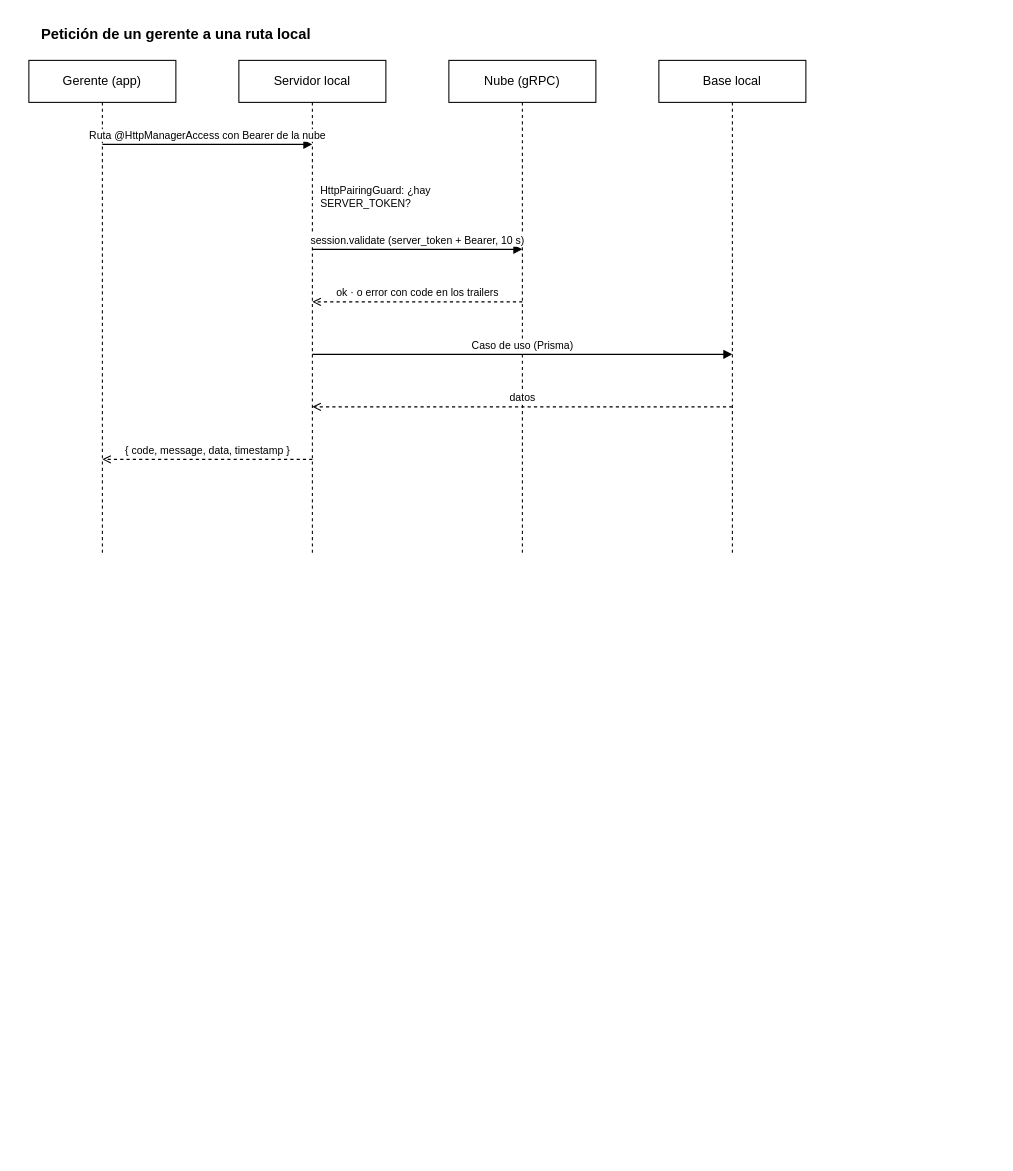
Above: documents/diagrams/sequences/manager-access.drawio in Andry510/miyabi-restaurant-server (draw.io), before the change. Source tidied: cells renumbered, new cells numbered last; positions are measured from the earlier drawing's top-left corner, leaving out a move shared by most shapes. Both pictures are drawn from the tidied source at 105%, with x=0, y=0 at pixel (28, 18).
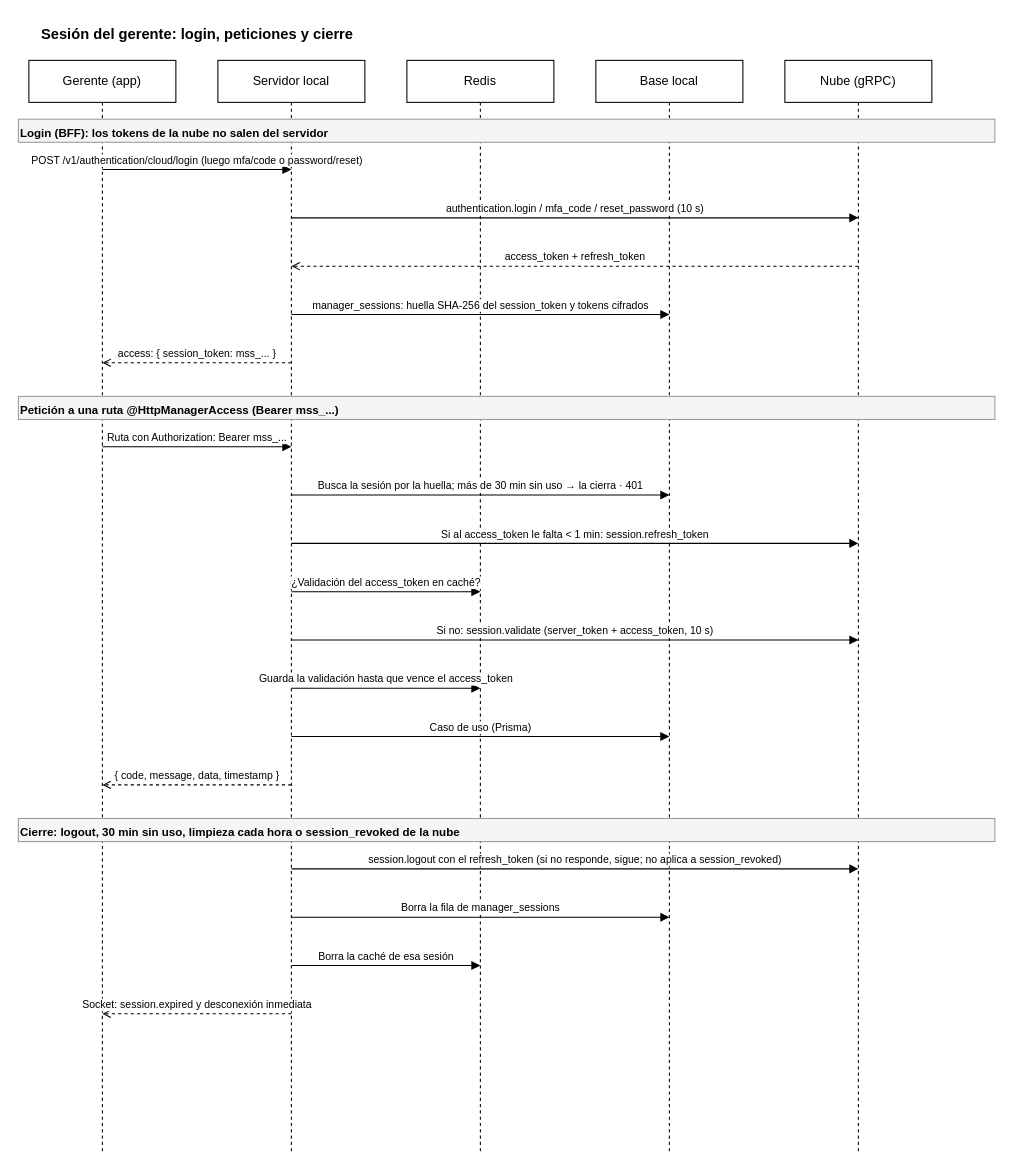
Above is the later version.

The edit, as a diff of the source:
```diff
@@
-    <mxCell id="2" value="Petición de un gerente a una ruta local" style="text;html=1;align=left;verticalAlign=middle;fontStyle=1;fontSize=14;" parent="1" vertex="1">
-      <mxGeometry x="10" width="900" height="30" as="geometry" />
+    <mxCell id="2" value="Sesión del gerente: login, peticiones y cierre" style="text;html=1;align=left;verticalAlign=middle;fontStyle=1;fontSize=14;" parent="1" vertex="1">
+      <mxGeometry x="10" width="910" height="30" as="geometry" />
     </mxCell>
     <mxCell id="3" value="Gerente (app)" style="shape=umlLifeline;perspective=0;whiteSpace=wrap;html=1;size=40;" parent="1" vertex="1">
-      <mxGeometry y="40" width="140" height="470" as="geometry" />
+      <mxGeometry y="40" width="140" height="1040" as="geometry" />
     </mxCell>
     <mxCell id="4" value="Servidor local" style="shape=umlLifeline;perspective=0;whiteSpace=wrap;html=1;size=40;" parent="1" vertex="1">
-      <mxGeometry x="200" y="40" width="140" height="470" as="geometry" />
+      <mxGeometry x="180" y="40" width="140" height="1040" as="geometry" />
     </mxCell>
-    <mxCell id="5" value="Nube (gRPC)" style="shape=umlLifeline;perspective=0;whiteSpace=wrap;html=1;size=40;" parent="1" vertex="1">
-      <mxGeometry x="400" y="40" width="140" height="470" as="geometry" />
+    <mxCell id="5" value="Redis" style="shape=umlLifeline;perspective=0;whiteSpace=wrap;html=1;size=40;" parent="1" vertex="1">
+      <mxGeometry x="360" y="40" width="140" height="1040" as="geometry" />
     </mxCell>
     <mxCell id="6" value="Base local" style="shape=umlLifeline;perspective=0;whiteSpace=wrap;html=1;size=40;" parent="1" vertex="1">
-      <mxGeometry x="600" y="40" width="140" height="470" as="geometry" />
+      <mxGeometry x="540" y="40" width="140" height="1040" as="geometry" />
     </mxCell>
-    <mxCell id="7" value="Ruta @HttpManagerAccess con Bearer de la nube" style="html=1;verticalAlign=bottom;endArrow=block;fontSize=10;" parent="1" edge="1">
-      <mxGeometry relative="1" as="geometry">
-        <mxPoint x="70" y="120" as="sourcePoint" />
-        <mxPoint x="270" y="120" as="targetPoint" />
-      </mxGeometry>
+    <mxCell id="7" value="Nube (gRPC)" style="shape=umlLifeline;perspective=0;whiteSpace=wrap;html=1;size=40;" parent="1" vertex="1">
+      <mxGeometry x="720" y="40" width="140" height="1040" as="geometry" />
     </mxCell>
-    <mxCell id="8" value="HttpPairingGuard: ¿hay SERVER_TOKEN?" style="text;html=1;align=left;fontSize=10;whiteSpace=wrap;" parent="1" vertex="1">
-      <mxGeometry x="276" y="152" width="190" height="36" as="geometry" />
+    <mxCell id="8" value="Login (BFF): los tokens de la nube no salen del servidor" style="text;html=1;align=left;fontSize=11;fontStyle=1;fillColor=#f5f5f5;strokeColor=#999999;" parent="1" vertex="1">
+      <mxGeometry x="-10" y="96" width="930" height="22" as="geometry" />
     </mxCell>
-    <mxCell id="9" value="session.validate (server_token + Bearer, 10 s)" style="html=1;verticalAlign=bottom;endArrow=block;fontSize=10;" parent="1" edge="1">
+    <mxCell id="9" value="POST /v1/authentication/cloud/login (luego mfa/code o password/reset)" style="html=1;verticalAlign=bottom;endArrow=block;fontSize=10;" parent="1" edge="1">
       <mxGeometry relative="1" as="geometry">
-        <mxPoint x="270" y="220" as="sourcePoint" />
-        <mxPoint x="470" y="220" as="targetPoint" />
+        <mxPoint x="70" y="144" as="sourcePoint" />
+        <mxPoint x="250" y="144" as="targetPoint" />
       </mxGeometry>
     </mxCell>
-    <mxCell id="10" value="ok · o error con code en los trailers" style="html=1;verticalAlign=bottom;endArrow=block;fontSize=10;dashed=1;endArrow=open;" parent="1" edge="1">
+    <mxCell id="10" value="authentication.login / mfa_code / reset_password (10 s)" style="html=1;verticalAlign=bottom;endArrow=block;fontSize=10;" parent="1" edge="1">
       <mxGeometry relative="1" as="geometry">
-        <mxPoint x="470" y="270" as="sourcePoint" />
-        <mxPoint x="270" y="270" as="targetPoint" />
+        <mxPoint x="250" y="190" as="sourcePoint" />
+        <mxPoint x="790" y="190" as="targetPoint" />
       </mxGeometry>
     </mxCell>
-    <mxCell id="11" value="Caso de uso (Prisma)" style="html=1;verticalAlign=bottom;endArrow=block;fontSize=10;" parent="1" edge="1">
+    <mxCell id="11" value="access_token + refresh_token" style="html=1;verticalAlign=bottom;endArrow=open;fontSize=10;dashed=1;" parent="1" edge="1">
       <mxGeometry relative="1" as="geometry">
-        <mxPoint x="270" y="320" as="sourcePoint" />
-        <mxPoint x="670" y="320" as="targetPoint" />
+        <mxPoint x="790" y="236" as="sourcePoint" />
+        <mxPoint x="250" y="236" as="targetPoint" />
       </mxGeometry>
     </mxCell>
-    <mxCell id="12" value="datos" style="html=1;verticalAlign=bottom;endArrow=block;fontSize=10;dashed=1;endArrow=open;" parent="1" edge="1">
+    <mxCell id="12" value="manager_sessions: huella SHA-256 del session_token y tokens cifrados" style="html=1;verticalAlign=bottom;endArrow=block;fontSize=10;" parent="1" edge="1">
       <mxGeometry relative="1" as="geometry">
-        <mxPoint x="670" y="370" as="sourcePoint" />
-        <mxPoint x="270" y="370" as="targetPoint" />
+        <mxPoint x="250" y="282" as="sourcePoint" />
+        <mxPoint x="610" y="282" as="targetPoint" />
       </mxGeometry>
     </mxCell>
-    <mxCell id="13" value="{ code, message, data, timestamp }" style="html=1;verticalAlign=bottom;endArrow=block;fontSize=10;dashed=1;endArrow=open;" parent="1" edge="1">
+    <mxCell id="13" value="access: { session_token: mss_... }" style="html=1;verticalAlign=bottom;endArrow=open;fontSize=10;dashed=1;" parent="1" edge="1">
       <mxGeometry relative="1" as="geometry">
-        <mxPoint x="270" y="420" as="sourcePoint" />
-        <mxPoint x="70" y="420" as="targetPoint" />
+        <mxPoint x="250" y="328" as="sourcePoint" />
+        <mxPoint x="70" y="328" as="targetPoint" />
       </mxGeometry>
     </mxCell>
+    <mxCell id="14" value="Petición a una ruta @HttpManagerAccess (Bearer mss_...)" style="text;html=1;align=left;fontSize=11;fontStyle=1;fillColor=#f5f5f5;strokeColor=#999999;" parent="1" vertex="1">
+      <mxGeometry x="-10" y="360" width="930" height="22" as="geometry" />
+    </mxCell>
+    <mxCell id="15" value="Ruta con Authorization: Bearer mss_..." style="html=1;verticalAlign=bottom;endArrow=block;fontSize=10;" parent="1" edge="1">
+      <mxGeometry relative="1" as="geometry">
+        <mxPoint x="70" y="408" as="sourcePoint" />
+        <mxPoint x="250" y="408" as="targetPoint" />
+      </mxGeometry>
+    </mxCell>
+    <mxCell id="16" value="Busca la sesión por la huella; más de 30 min sin uso → la cierra · 401" style="html=1;verticalAlign=bottom;endArrow=block;fontSize=10;" parent="1" edge="1">
+      <mxGeometry relative="1" as="geometry">
+        <mxPoint x="250" y="454" as="sourcePoint" />
+        <mxPoint x="610" y="454" as="targetPoint" />
+      </mxGeometry>
+    </mxCell>
+    <mxCell id="17" value="Si al access_token le falta &lt; 1 min: session.refresh_token" style="html=1;verticalAlign=bottom;endArrow=block;fontSize=10;" parent="1" edge="1">
+      <mxGeometry relative="1" as="geometry">
+        <mxPoint x="250" y="500" as="sourcePoint" />
+        <mxPoint x="790" y="500" as="targetPoint" />
+      </mxGeometry>
+    </mxCell>
+    <mxCell id="18" value="¿Validación del access_token en caché?" style="html=1;verticalAlign=bottom;endArrow=block;fontSize=10;" parent="1" edge="1">
+      <mxGeometry relative="1" as="geometry">
+        <mxPoint x="250" y="546" as="sourcePoint" />
+        <mxPoint x="430" y="546" as="targetPoint" />
+      </mxGeometry>
+    </mxCell>
+    <mxCell id="19" value="Si no: session.validate (server_token + access_token, 10 s)" style="html=1;verticalAlign=bottom;endArrow=block;fontSize=10;" parent="1" edge="1">
+      <mxGeometry relative="1" as="geometry">
+        <mxPoint x="250" y="592" as="sourcePoint" />
+        <mxPoint x="790" y="592" as="targetPoint" />
+      </mxGeometry>
+    </mxCell>
+    <mxCell id="20" value="Guarda la validación hasta que vence el access_token" style="html=1;verticalAlign=bottom;endArrow=block;fontSize=10;" parent="1" edge="1">
+      <mxGeometry relative="1" as="geometry">
+        <mxPoint x="250" y="638" as="sourcePoint" />
+        <mxPoint x="430" y="638" as="targetPoint" />
+      </mxGeometry>
+    </mxCell>
+    <mxCell id="21" value="Caso de uso (Prisma)" style="html=1;verticalAlign=bottom;endArrow=block;fontSize=10;" parent="1" edge="1">
+      <mxGeometry relative="1" as="geometry">
+        <mxPoint x="250" y="684" as="sourcePoint" />
+        <mxPoint x="610" y="684" as="targetPoint" />
+      </mxGeometry>
+    </mxCell>
+    <mxCell id="22" value="{ code, message, data, timestamp }" style="html=1;verticalAlign=bottom;endArrow=open;fontSize=10;dashed=1;" parent="1" edge="1">
+      <mxGeometry relative="1" as="geometry">
+        <mxPoint x="250" y="730" as="sourcePoint" />
+        <mxPoint x="70" y="730" as="targetPoint" />
+      </mxGeometry>
+    </mxCell>
+    <mxCell id="23" value="Cierre: logout, 30 min sin uso, limpieza cada hora o session_revoked de la nube" style="text;html=1;align=left;fontSize=11;fontStyle=1;fillColor=#f5f5f5;strokeColor=#999999;" parent="1" vertex="1">
+      <mxGeometry x="-10" y="762" width="930" height="22" as="geometry" />
+    </mxCell>
+    <mxCell id="24" value="session.logout con el refresh_token (si no responde, sigue; no aplica a session_revoked)" style="html=1;verticalAlign=bottom;endArrow=block;fontSize=10;" parent="1" edge="1">
+      <mxGeometry relative="1" as="geometry">
+        <mxPoint x="250" y="810" as="sourcePoint" />
+        <mxPoint x="790" y="810" as="targetPoint" />
+      </mxGeometry>
+    </mxCell>
+    <mxCell id="25" value="Borra la fila de manager_sessions" style="html=1;verticalAlign=bottom;endArrow=block;fontSize=10;" parent="1" edge="1">
+      <mxGeometry relative="1" as="geometry">
+        <mxPoint x="250" y="856" as="sourcePoint" />
+        <mxPoint x="610" y="856" as="targetPoint" />
+      </mxGeometry>
+    </mxCell>
+    <mxCell id="26" value="Borra la caché de esa sesión" style="html=1;verticalAlign=bottom;endArrow=block;fontSize=10;" parent="1" edge="1">
+      <mxGeometry relative="1" as="geometry">
+        <mxPoint x="250" y="902" as="sourcePoint" />
+        <mxPoint x="430" y="902" as="targetPoint" />
+      </mxGeometry>
+    </mxCell>
+    <mxCell id="27" value="Socket: session.expired y desconexión inmediata" style="html=1;verticalAlign=bottom;endArrow=open;fontSize=10;dashed=1;" parent="1" edge="1">
+      <mxGeometry relative="1" as="geometry">
+        <mxPoint x="250" y="948" as="sourcePoint" />
+        <mxPoint x="70" y="948" as="targetPoint" />
+      </mxGeometry>
+    </mxCell>
```
